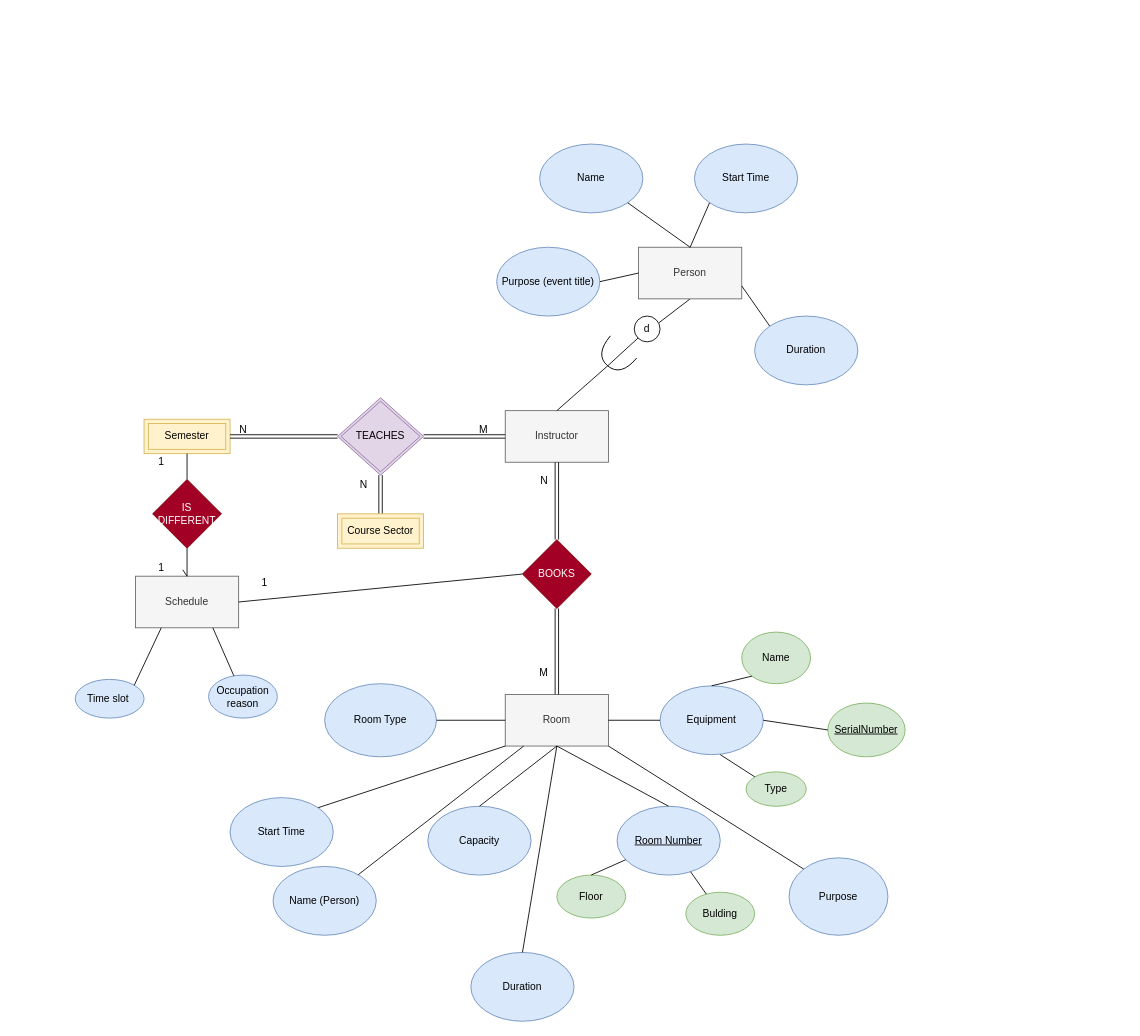
Earlier version of the draw.io diagram Step 2 ER/EER Diagram.drawio (William-BC-CA/CPSC2221_Term_Project_Files). Source tidied: cells renumbered, new cells numbered last; positions are measured from the earlier drawing's top-left corner, leaving out a move shared by most shapes. Both pictures are drawn from the tidied source at 86%, with x=0, y=0 at pixel (75, 144).
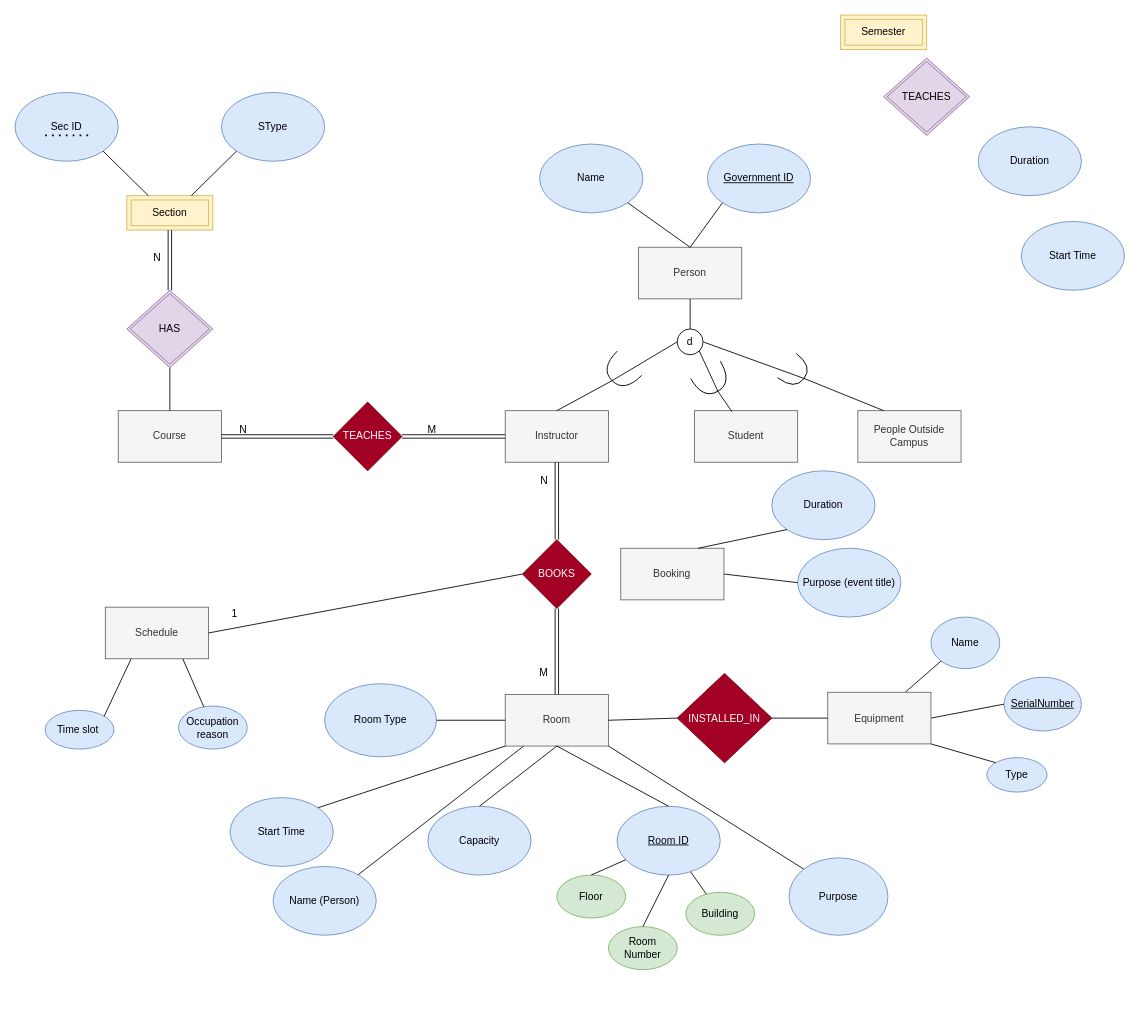
The same diagram, later.

The change refers to these unchanged cells:
```xml
<mxCell id="2" value="Instructor" style="rounded=0;whiteSpace=wrap;html=1;fillColor=#f5f5f5;strokeColor=#666666;fontColor=#333333;" parent="1" vertex="1">
  <mxGeometry x="500" y="310" width="120" height="60" as="geometry" />
</mxCell>
<mxCell id="3" value="Room" style="rounded=0;whiteSpace=wrap;html=1;fillColor=#f5f5f5;strokeColor=#666666;fontColor=#333333;" parent="1" vertex="1">
  <mxGeometry x="500" y="640" width="120" height="60" as="geometry" />
</mxCell>
<mxCell id="36" value="Person" style="rounded=0;whiteSpace=wrap;html=1;fillColor=#f5f5f5;fontColor=#333333;strokeColor=#666666;" parent="1" vertex="1">
  <mxGeometry x="655" y="120" width="120" height="60" as="geometry" />
</mxCell>
```

Change to the diagram source:
```diff
@@
-    <mxCell id="5" value="&lt;u&gt;Room Number&lt;/u&gt;" style="ellipse;whiteSpace=wrap;html=1;fillColor=#dae8fc;strokeColor=#6c8ebf;" parent="1" vertex="1">
+    <mxCell id="5" value="&lt;u&gt;Room ID&lt;/u&gt;" style="ellipse;whiteSpace=wrap;html=1;fillColor=#dae8fc;strokeColor=#6c8ebf;" parent="1" vertex="1">
       <mxGeometry x="630" y="770" width="120" height="80" as="geometry" />
     </mxCell>
@@
-    <mxCell id="7" value="Bulding" style="ellipse;whiteSpace=wrap;html=1;fillColor=#d5e8d4;strokeColor=#82b366;" parent="1" vertex="1">
+    <mxCell id="7" value="Building" style="ellipse;whiteSpace=wrap;html=1;fillColor=#d5e8d4;strokeColor=#82b366;" parent="1" vertex="1">
       <mxGeometry x="710" y="870" width="80" height="50" as="geometry" />
     </mxCell>
@@
-    <mxCell id="9" value="Name" style="ellipse;whiteSpace=wrap;html=1;fillColor=#d5e8d4;strokeColor=#82b366;" parent="1" vertex="1">
-      <mxGeometry x="775" y="567.5" width="80" height="60" as="geometry" />
+    <mxCell id="9" value="Name" style="ellipse;whiteSpace=wrap;html=1;fillColor=#dae8fc;strokeColor=#6c8ebf;" parent="1" vertex="1">
+      <mxGeometry x="995" y="550" width="80" height="60" as="geometry" />
     </mxCell>
@@
-    <mxCell id="16" value="Equipment" style="ellipse;whiteSpace=wrap;html=1;fillColor=#dae8fc;strokeColor=#6c8ebf;" parent="1" vertex="1">
-      <mxGeometry x="680" y="630" width="120" height="80" as="geometry" />
-    </mxCell>
-    <mxCell id="17" value="Type" style="ellipse;whiteSpace=wrap;html=1;fillColor=#d5e8d4;strokeColor=#82b366;" parent="1" vertex="1">
-      <mxGeometry x="780" y="730" width="70" height="40" as="geometry" />
+    <mxCell id="17" value="Type" style="ellipse;whiteSpace=wrap;html=1;fillColor=#dae8fc;strokeColor=#6c8ebf;" parent="1" vertex="1">
+      <mxGeometry x="1060" y="713.5" width="70" height="40" as="geometry" />
     </mxCell>
-    <mxCell id="18" value="&lt;u&gt;SerialNumber&lt;/u&gt;" style="ellipse;whiteSpace=wrap;html=1;fillColor=#d5e8d4;strokeColor=#82b366;" parent="1" vertex="1">
-      <mxGeometry x="875" y="650" width="90" height="62.5" as="geometry" />
+    <mxCell id="18" value="&lt;u&gt;SerialNumber&lt;/u&gt;" style="ellipse;whiteSpace=wrap;html=1;fillColor=#dae8fc;strokeColor=#6c8ebf;" parent="1" vertex="1">
+      <mxGeometry x="1080" y="620" width="90" height="62.5" as="geometry" />
     </mxCell>
-    <mxCell id="19" style="endArrow=none;html=1;entryX=0;entryY=1;entryDx=0;entryDy=0;exitX=0.5;exitY=0;exitDx=0;exitDy=0;" parent="1" edge="1" source="16" target="9">
+    <mxCell id="19" style="endArrow=none;html=1;entryX=0;entryY=1;entryDx=0;entryDy=0;exitX=0.75;exitY=0;exitDx=0;exitDy=0;" parent="1" edge="1" source="16" target="9">
       <mxGeometry relative="1" as="geometry" />
     </mxCell>
@@
-    <mxCell id="21" style="endArrow=none;html=1;entryX=0;entryY=0;entryDx=0;entryDy=0;" parent="1" edge="1" target="17">
-      <mxGeometry relative="1" as="geometry">
-        <mxPoint x="750" y="710" as="sourcePoint" />
-      </mxGeometry>
+    <mxCell id="21" style="endArrow=none;html=1;entryX=0;entryY=0;entryDx=0;entryDy=0;exitX=1;exitY=1;exitDx=0;exitDy=0;" parent="1" edge="1" source="16" target="17">
+      <mxGeometry relative="1" as="geometry" />
     </mxCell>
-    <mxCell id="22" style="endArrow=none;html=1;entryX=1;entryY=0.5;entryDx=0;entryDy=0;exitX=0;exitY=0.5;exitDx=0;exitDy=0;" parent="1" edge="1" source="16" target="3">
-      <mxGeometry relative="1" as="geometry" />
-    </mxCell>
@@
     <mxCell id="25" value="Duration" style="ellipse;whiteSpace=wrap;html=1;fillColor=#dae8fc;strokeColor=#6c8ebf;" parent="1" vertex="1">
-      <mxGeometry x="460" y="940" width="120" height="80" as="geometry" />
+      <mxGeometry x="810" y="380" width="120" height="80" as="geometry" />
     </mxCell>
@@
-    <mxCell id="29" style="endArrow=none;html=1;exitX=0.5;exitY=0;exitDx=0;exitDy=0;entryX=0.5;entryY=1;entryDx=0;entryDy=0;" parent="1" edge="1" source="25" target="3">
-      <mxGeometry relative="1" as="geometry" />
-    </mxCell>
@@
-    <mxCell id="31" style="shape=link;html=1;rounded=0;exitX=0.5;exitY=0;exitDx=0;exitDy=0;entryX=0.5;entryY=1;entryDx=0;entryDy=0;" parent="1" edge="1" source="37" target="39">
-      <mxGeometry relative="1" as="geometry" />
-    </mxCell>
-    <mxCell id="32" value="N" style="html=1;align=right;verticalAlign=bottom;" parent="31" vertex="1">
-      <mxGeometry x="1" relative="1" as="geometry">
-        <mxPoint x="-15" y="20" as="offset" />
-      </mxGeometry>
-    </mxCell>
@@
-    <mxCell id="34" style="shape=requiredInterface;html=1;verticalLabelPosition=bottom;sketch=0;rotation=130;" parent="1" vertex="1">
-      <mxGeometry x="614" y="226.9" width="28.7" height="40" as="geometry" />
+    <mxCell id="34" style="shape=requiredInterface;html=1;verticalLabelPosition=bottom;sketch=0;rotation=135;" parent="1" vertex="1">
+      <mxGeometry x="620" y="245" width="28.7" height="40" as="geometry" />
     </mxCell>
-    <mxCell id="35" style="endArrow=none;html=1;exitX=0.959;exitY=0.259;exitDx=0;exitDy=0;entryX=0.5;entryY=1;entryDx=0;entryDy=0;exitPerimeter=0;" parent="1" edge="1" source="60" target="36">
+    <mxCell id="35" style="endArrow=none;html=1;exitX=0.5;exitY=0;exitDx=0;exitDy=0;entryX=0.5;entryY=1;entryDx=0;entryDy=0;" parent="1" edge="1" source="60" target="36">
       <mxGeometry relative="1" as="geometry" />
     </mxCell>
@@
-    <mxCell id="37" value="Course Sector" style="shape=ext;margin=3;double=1;whiteSpace=wrap;html=1;align=center;fillColor=#fff2cc;strokeColor=#d6b656;" parent="1" vertex="1">
-      <mxGeometry x="305" y="430" width="100" height="40" as="geometry" />
-    </mxCell>
     <mxCell id="38" value="Semester" style="shape=ext;margin=3;double=1;whiteSpace=wrap;html=1;align=center;fillColor=#fff2cc;strokeColor=#d6b656;" parent="1" vertex="1">
-      <mxGeometry x="80" y="320" width="100" height="40" as="geometry" />
+      <mxGeometry x="890" y="-150" width="100" height="40" as="geometry" />
     </mxCell>
     <mxCell id="39" value="TEACHES" style="shape=rhombus;double=1;perimeter=rhombusPerimeter;whiteSpace=wrap;html=1;align=center;fillColor=#e1d5e7;strokeColor=#9673a6;" parent="1" vertex="1">
-      <mxGeometry x="305" y="295" width="100" height="90" as="geometry" />
+      <mxGeometry x="940" y="-100" width="100" height="90" as="geometry" />
     </mxCell>
     <mxCell id="40" value="Schedule" style="rounded=0;whiteSpace=wrap;html=1;fillColor=#f5f5f5;fontColor=#333333;strokeColor=#666666;" parent="1" vertex="1">
-      <mxGeometry x="70" y="502.5" width="120" height="60" as="geometry" />
+      <mxGeometry x="35" y="538.5" width="120" height="60" as="geometry" />
     </mxCell>
     <mxCell id="41" value="Time slot&amp;nbsp;" style="ellipse;whiteSpace=wrap;html=1;fillColor=#dae8fc;strokeColor=#6c8ebf;" parent="1" vertex="1">
-      <mxGeometry y="622.5" width="80" height="45" as="geometry" />
+      <mxGeometry x="-35" y="658.5" width="80" height="45" as="geometry" />
     </mxCell>
@@
     <mxCell id="43" value="Occupation reason" style="ellipse;whiteSpace=wrap;html=1;fillColor=#dae8fc;strokeColor=#6c8ebf;" parent="1" vertex="1">
-      <mxGeometry x="155" y="617.5" width="80" height="50" as="geometry" />
+      <mxGeometry x="120" y="653.5" width="80" height="50" as="geometry" />
     </mxCell>
@@
-    <mxCell id="45" style="endArrow=none;html=1;exitX=0.5;exitY=0;exitDx=0;exitDy=0;entryX=0.5;entryY=1;entryDx=0;entryDy=0;" parent="1" edge="1" source="40">
-      <mxGeometry relative="1" as="geometry">
-        <mxPoint x="125" y="495" as="targetPoint" />
-      </mxGeometry>
-    </mxCell>
@@
-    <mxCell id="47" value="IS DIFFERENT" style="rhombus;whiteSpace=wrap;html=1;fillColor=#a20025;fontColor=#ffffff;strokeColor=#6F0000;" parent="1" vertex="1">
-      <mxGeometry x="90" y="390" width="80" height="80" as="geometry" />
-    </mxCell>
@@
-    <mxCell id="50" style="endArrow=none;html=1;entryX=0.5;entryY=1;entryDx=0;entryDy=0;exitX=0.5;exitY=0;exitDx=0;exitDy=0;" parent="1" edge="1" source="40" target="47">
-      <mxGeometry relative="1" as="geometry" />
-    </mxCell>
-    <mxCell id="51" style="endArrow=none;html=1;entryX=0.5;entryY=1;entryDx=0;entryDy=0;exitX=0.5;exitY=0;exitDx=0;exitDy=0;" parent="1" edge="1" source="47" target="38">
-      <mxGeometry relative="1" as="geometry" />
-    </mxCell>
@@
     <mxCell id="53" value="Start Time" style="ellipse;whiteSpace=wrap;html=1;fillColor=#dae8fc;strokeColor=#6c8ebf;" parent="1" vertex="1">
-      <mxGeometry x="720" width="120" height="80" as="geometry" />
+      <mxGeometry x="1100" y="90" width="120" height="80" as="geometry" />
     </mxCell>
     <mxCell id="54" value="Duration" style="ellipse;whiteSpace=wrap;html=1;fillColor=#dae8fc;strokeColor=#6c8ebf;" parent="1" vertex="1">
-      <mxGeometry x="790" y="200" width="120" height="80" as="geometry" />
+      <mxGeometry x="1050" y="-20" width="120" height="80" as="geometry" />
     </mxCell>
     <mxCell id="55" value="Purpose (event title)" style="ellipse;whiteSpace=wrap;html=1;fillColor=#dae8fc;strokeColor=#6c8ebf;" parent="1" vertex="1">
-      <mxGeometry x="490" y="120" width="120" height="80" as="geometry" />
+      <mxGeometry x="840" y="470" width="120" height="80" as="geometry" />
     </mxCell>
-    <mxCell id="56" style="endArrow=none;html=1;entryX=0;entryY=1;entryDx=0;entryDy=0;exitX=0.5;exitY=0;exitDx=0;exitDy=0;" parent="1" edge="1" source="36" target="53">
-      <mxGeometry relative="1" as="geometry" />
-    </mxCell>
@@
-    <mxCell id="58" style="endArrow=none;html=1;entryX=0;entryY=0.5;entryDx=0;entryDy=0;exitX=1;exitY=0.5;exitDx=0;exitDy=0;" parent="1" edge="1" source="55" target="36">
-      <mxGeometry relative="1" as="geometry" />
-    </mxCell>
-    <mxCell id="59" style="endArrow=none;html=1;entryX=1;entryY=0.75;entryDx=0;entryDy=0;exitX=0;exitY=0;exitDx=0;exitDy=0;" parent="1" edge="1" source="54" target="36">
-      <mxGeometry relative="1" as="geometry" />
-    </mxCell>
     <mxCell id="60" value="d" style="ellipse;whiteSpace=wrap;html=1;" parent="1" vertex="1">
-      <mxGeometry x="650" y="200" width="30" height="30" as="geometry" />
+      <mxGeometry x="700" y="215" width="30" height="30" as="geometry" />
     </mxCell>
-    <mxCell id="61" style="endArrow=none;html=1;entryX=0;entryY=1;entryDx=0;entryDy=0;exitX=1;exitY=0.5;exitDx=0;exitDy=0;exitPerimeter=0;" parent="1" edge="1" source="34" target="60">
+    <mxCell id="61" style="endArrow=none;html=1;entryX=0;entryY=0.5;entryDx=0;entryDy=0;exitX=1;exitY=0.5;exitDx=0;exitDy=0;exitPerimeter=0;" parent="1" edge="1" source="34" target="60">
       <mxGeometry relative="1" as="geometry" />
     </mxCell>
-    <mxCell id="62" value="1" style="text;html=1;align=center;verticalAlign=middle;strokeColor=none;fillColor=none;" parent="1" vertex="1">
-      <mxGeometry x="90" y="360" width="20" height="20" as="geometry" />
-    </mxCell>
-    <mxCell id="63" value="1" style="text;html=1;align=center;verticalAlign=middle;strokeColor=none;fillColor=none;" parent="1" vertex="1">
-      <mxGeometry x="90" y="482.5" width="20" height="20" as="geometry" />
-    </mxCell>
@@
-    <mxCell id="66" style="shape=link;html=1;rounded=0;exitX=1;exitY=0.5;exitDx=0;exitDy=0;entryX=0;entryY=0.5;entryDx=0;entryDy=0;" parent="1" edge="1" source="38" target="39">
-      <mxGeometry relative="1" as="geometry" />
-    </mxCell>
-    <mxCell id="67" value="N" style="html=1;align=right;verticalAlign=bottom;" parent="66" vertex="1">
-      <mxGeometry x="1" relative="1" as="geometry">
-        <mxPoint x="-105" as="offset" />
-      </mxGeometry>
-    </mxCell>
-    <mxCell id="68" style="shape=link;html=1;rounded=0;exitX=1;exitY=0.5;exitDx=0;exitDy=0;entryX=0;entryY=0.5;entryDx=0;entryDy=0;" parent="1" edge="1" source="39" target="2">
-      <mxGeometry relative="1" as="geometry" />
-    </mxCell>
-    <mxCell id="69" value="M" style="html=1;align=right;verticalAlign=bottom;" parent="68" vertex="1">
-      <mxGeometry x="1" relative="1" as="geometry">
-        <mxPoint x="-20" as="offset" />
-      </mxGeometry>
-    </mxCell>
@@
     <mxCell id="72" value="1" style="text;html=1;align=center;verticalAlign=middle;strokeColor=none;fillColor=none;" parent="1" vertex="1">
-      <mxGeometry x="210" y="500" width="20" height="20" as="geometry" />
+      <mxGeometry x="175" y="536" width="20" height="20" as="geometry" />
     </mxCell>
+    <mxCell id="73" value="Booking" style="rounded=0;whiteSpace=wrap;html=1;fillColor=#f5f5f5;fontColor=#333333;strokeColor=#666666;" parent="1" vertex="1">
+      <mxGeometry x="634.3" y="470" width="120" height="60" as="geometry" />
+    </mxCell>
+    <mxCell id="74" value="Student" style="rounded=0;whiteSpace=wrap;html=1;fillColor=#f5f5f5;fontColor=#333333;strokeColor=#666666;" parent="1" vertex="1">
+      <mxGeometry x="720" y="310" width="120" height="60" as="geometry" />
+    </mxCell>
+    <mxCell id="75" value="People Outside Campus" style="rounded=0;whiteSpace=wrap;html=1;fillColor=#f5f5f5;fontColor=#333333;strokeColor=#666666;" parent="1" vertex="1">
+      <mxGeometry x="910" y="310" width="120" height="60" as="geometry" />
+    </mxCell>
+    <mxCell id="76" style="endArrow=none;html=1;exitX=0.363;exitY=0.02;exitDx=0;exitDy=0;entryX=1;entryY=0.5;entryDx=0;entryDy=0;entryPerimeter=0;exitPerimeter=0;" parent="1" edge="1" source="74" target="77">
+      <mxGeometry relative="1" as="geometry" />
+    </mxCell>
+    <mxCell id="77" style="shape=requiredInterface;html=1;verticalLabelPosition=bottom;sketch=0;rotation=60;" parent="1" vertex="1">
+      <mxGeometry x="725.7" y="255" width="28.7" height="40" as="geometry" />
+    </mxCell>
+    <mxCell id="78" style="endArrow=none;html=1;exitX=0.25;exitY=0;exitDx=0;exitDy=0;entryX=1;entryY=0.5;entryDx=0;entryDy=0;entryPerimeter=0;" parent="1" edge="1" source="75" target="80">
+      <mxGeometry relative="1" as="geometry" />
+    </mxCell>
+    <mxCell id="79" style="endArrow=none;html=1;entryX=1;entryY=1;entryDx=0;entryDy=0;exitX=1;exitY=0.5;exitDx=0;exitDy=0;exitPerimeter=0;" parent="1" edge="1" source="77" target="60">
+      <mxGeometry relative="1" as="geometry" />
+    </mxCell>
+    <mxCell id="80" style="shape=requiredInterface;html=1;verticalLabelPosition=bottom;sketch=0;rotation=37;" parent="1" vertex="1">
+      <mxGeometry x="825" y="247.3" width="25" height="35.5" as="geometry" />
+    </mxCell>
+    <mxCell id="81" style="endArrow=none;html=1;entryX=1;entryY=0.5;entryDx=0;entryDy=0;entryPerimeter=0;exitX=1;exitY=0.5;exitDx=0;exitDy=0;" parent="1" edge="1" source="60" target="80">
+      <mxGeometry relative="1" as="geometry" />
+    </mxCell>
+    <mxCell id="82" value="&lt;u&gt;Government ID&lt;/u&gt;" style="ellipse;whiteSpace=wrap;html=1;fillColor=#dae8fc;strokeColor=#6c8ebf;" parent="1" vertex="1">
+      <mxGeometry x="735" width="120" height="80" as="geometry" />
+    </mxCell>
+    <mxCell id="83" style="endArrow=none;html=1;exitX=0.5;exitY=0;exitDx=0;exitDy=0;entryX=0;entryY=1;entryDx=0;entryDy=0;" parent="1" edge="1" source="36" target="82">
+      <mxGeometry relative="1" as="geometry" />
+    </mxCell>
+    <mxCell id="84" value="HAS" style="shape=rhombus;double=1;perimeter=rhombusPerimeter;whiteSpace=wrap;html=1;align=center;fillColor=#e1d5e7;strokeColor=#9673a6;" parent="1" vertex="1">
+      <mxGeometry x="60" y="170" width="100" height="90" as="geometry" />
+    </mxCell>
+    <mxCell id="85" value="Course" style="rounded=0;whiteSpace=wrap;html=1;fillColor=#f5f5f5;fontColor=#333333;strokeColor=#666666;" parent="1" vertex="1">
+      <mxGeometry x="50" y="310" width="120" height="60" as="geometry" />
+    </mxCell>
+    <mxCell id="86" value="Section" style="shape=ext;margin=3;double=1;whiteSpace=wrap;html=1;align=center;fillColor=#fff2cc;strokeColor=#d6b656;" parent="1" vertex="1">
+      <mxGeometry x="60" y="60" width="100" height="40" as="geometry" />
+    </mxCell>
+    <mxCell id="87" value="TEACHES" style="rhombus;whiteSpace=wrap;html=1;fillColor=#a20025;fontColor=#ffffff;strokeColor=#6F0000;" parent="1" vertex="1">
+      <mxGeometry x="300" y="300" width="80" height="80" as="geometry" />
+    </mxCell>
+    <mxCell id="88" style="shape=link;html=1;rounded=0;entryX=0.5;entryY=1;entryDx=0;entryDy=0;exitX=0.5;exitY=0;exitDx=0;exitDy=0;" parent="1" edge="1" source="84" target="86">
+      <mxGeometry relative="1" as="geometry" />
+    </mxCell>
+    <mxCell id="89" value="N" style="html=1;align=right;verticalAlign=bottom;" parent="88" vertex="1">
+      <mxGeometry x="1" relative="1" as="geometry">
+        <mxPoint x="-10" y="40" as="offset" />
+      </mxGeometry>
+    </mxCell>
+    <mxCell id="90" value="Sec ID" style="ellipse;whiteSpace=wrap;html=1;fillColor=#dae8fc;strokeColor=#6c8ebf;" parent="1" vertex="1">
+      <mxGeometry x="-70" y="-60" width="120" height="80" as="geometry" />
+    </mxCell>
+    <mxCell id="91" style="endArrow=none;dashed=1;html=1;dashPattern=1 3;strokeWidth=2;" parent="1" edge="1">
+      <mxGeometry relative="1" as="geometry">
+        <mxPoint x="-35" y="-10.2" as="sourcePoint" />
+        <mxPoint x="20" y="-10.2" as="targetPoint" />
+      </mxGeometry>
+    </mxCell>
+    <mxCell id="92" value="SType" style="ellipse;whiteSpace=wrap;html=1;fillColor=#dae8fc;strokeColor=#6c8ebf;" parent="1" vertex="1">
+      <mxGeometry x="170" y="-60" width="120" height="80" as="geometry" />
+    </mxCell>
+    <mxCell id="93" style="endArrow=none;html=1;entryX=0;entryY=1;entryDx=0;entryDy=0;exitX=0.75;exitY=0;exitDx=0;exitDy=0;" parent="1" edge="1" source="86" target="92">
+      <mxGeometry relative="1" as="geometry" />
+    </mxCell>
+    <mxCell id="94" style="endArrow=none;html=1;entryX=1;entryY=1;entryDx=0;entryDy=0;exitX=0.25;exitY=0;exitDx=0;exitDy=0;" parent="1" edge="1" source="86" target="90">
+      <mxGeometry relative="1" as="geometry" />
+    </mxCell>
+    <mxCell id="95" style="shape=link;html=1;rounded=0;exitX=1;exitY=0.5;exitDx=0;exitDy=0;" parent="1" edge="1" source="85">
+      <mxGeometry relative="1" as="geometry">
+        <mxPoint x="300" y="340" as="targetPoint" />
+      </mxGeometry>
+    </mxCell>
+    <mxCell id="96" value="N" style="html=1;align=right;verticalAlign=bottom;" parent="95" vertex="1">
+      <mxGeometry x="1" relative="1" as="geometry">
+        <mxPoint x="-100" as="offset" />
+      </mxGeometry>
+    </mxCell>
+    <mxCell id="97" style="shape=link;html=1;rounded=0;entryX=0;entryY=0.5;entryDx=0;entryDy=0;exitX=1;exitY=0.5;exitDx=0;exitDy=0;" parent="1" edge="1" source="87" target="2">
+      <mxGeometry relative="1" as="geometry" />
+    </mxCell>
+    <mxCell id="69" value="M" style="html=1;align=right;verticalAlign=bottom;" parent="97" vertex="1">
+      <mxGeometry x="1" relative="1" as="geometry">
+        <mxPoint x="-80" as="offset" />
+      </mxGeometry>
+    </mxCell>
+    <mxCell id="98" style="endArrow=none;html=1;exitX=0.5;exitY=0;exitDx=0;exitDy=0;entryX=0.5;entryY=1;entryDx=0;entryDy=0;" parent="1" edge="1" source="85" target="84">
+      <mxGeometry relative="1" as="geometry" />
+    </mxCell>
+    <mxCell id="16" value="Equipment" style="rounded=0;whiteSpace=wrap;html=1;fillColor=#f5f5f5;fontColor=#333333;strokeColor=#666666;" parent="1" vertex="1">
+      <mxGeometry x="875" y="637.5" width="120" height="60" as="geometry" />
+    </mxCell>
+    <mxCell id="99" value="Room Number" style="ellipse;whiteSpace=wrap;html=1;fillColor=#d5e8d4;strokeColor=#82b366;" parent="1" vertex="1">
+      <mxGeometry x="620" y="910" width="80" height="50" as="geometry" />
+    </mxCell>
+    <mxCell id="100" style="endArrow=none;html=1;entryX=0.5;entryY=1;entryDx=0;entryDy=0;exitX=0.5;exitY=0;exitDx=0;exitDy=0;" parent="1" edge="1" source="99" target="5">
+      <mxGeometry relative="1" as="geometry" />
+    </mxCell>
+    <mxCell id="101" value="INSTALLED_IN" style="rhombus;whiteSpace=wrap;html=1;fillColor=#a20025;fontColor=#ffffff;strokeColor=#6F0000;" parent="1" vertex="1">
+      <mxGeometry x="700" y="615.5" width="110" height="104" as="geometry" />
+    </mxCell>
+    <mxCell id="102" style="endArrow=none;html=1;entryX=0;entryY=0.5;entryDx=0;entryDy=0;exitX=1;exitY=0.5;exitDx=0;exitDy=0;" parent="1" edge="1" source="101" target="16">
+      <mxGeometry relative="1" as="geometry" />
+    </mxCell>
+    <mxCell id="103" style="endArrow=none;html=1;entryX=0;entryY=0.5;entryDx=0;entryDy=0;exitX=1;exitY=0.5;exitDx=0;exitDy=0;" parent="1" edge="1" source="3" target="101">
+      <mxGeometry relative="1" as="geometry" />
+    </mxCell>
+    <mxCell id="104" style="endArrow=none;html=1;exitX=1;exitY=0.5;exitDx=0;exitDy=0;entryX=0;entryY=0.5;entryDx=0;entryDy=0;" parent="1" edge="1" source="73" target="55">
+      <mxGeometry relative="1" as="geometry" />
+    </mxCell>
+    <mxCell id="105" style="endArrow=none;html=1;exitX=0.75;exitY=0;exitDx=0;exitDy=0;entryX=0;entryY=1;entryDx=0;entryDy=0;" parent="1" edge="1" source="73" target="25">
+      <mxGeometry relative="1" as="geometry" />
+    </mxCell>
```
